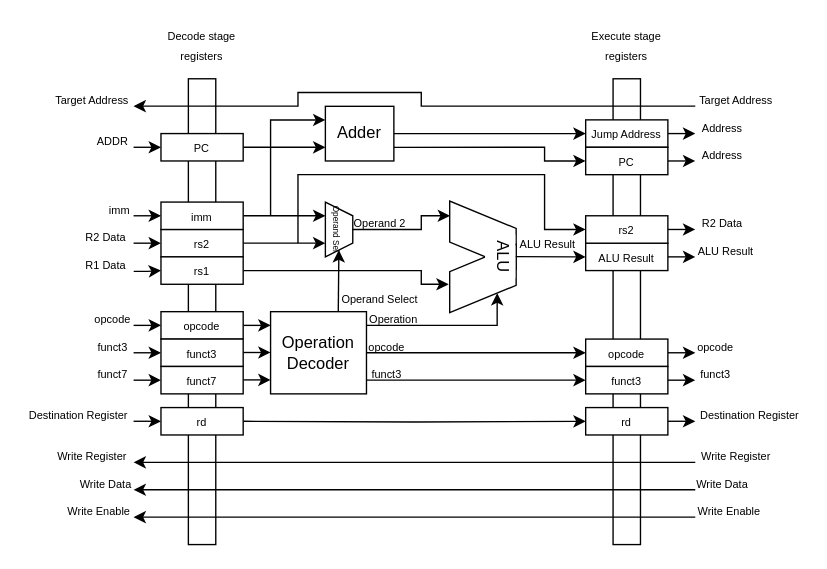
Earlier version of the draw.io diagram page "Execute stage" (4 of 6) of docs/imgs/microarchitecture/multi-cycle_datapath.drawio (WachirawichN/C0-CPU). Source tidied: cells renumbered, new cells numbered last; positions are measured from the earlier drawing's top-left corner, leaving out a move shared by most shapes. Both pictures are drawn from the tidied source at 137%, with x=0, y=0 at pixel (23, 23).
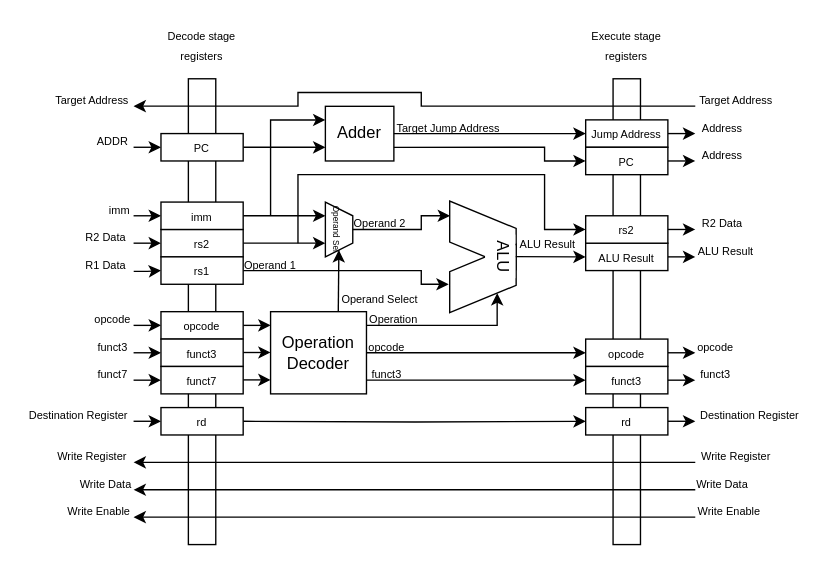
Above is the later version.

Diff of the diagram source:
```diff
@@
+    <mxCell id="97" value="&lt;span style=&quot;font-size: 8px;&quot;&gt;Target Jump Address&lt;/span&gt;" style="text;html=1;whiteSpace=wrap;strokeColor=none;fillColor=none;align=center;verticalAlign=middle;rounded=0;" parent="1" vertex="1">
+      <mxGeometry x="270" y="70" width="80" height="10" as="geometry" />
+    </mxCell>
+    <mxCell id="98" value="&lt;span style=&quot;font-size: 8px;&quot;&gt;Operand 1&lt;/span&gt;" style="text;html=1;whiteSpace=wrap;strokeColor=none;fillColor=none;align=center;verticalAlign=middle;rounded=0;" parent="1" vertex="1">
+      <mxGeometry x="160" y="170" width="40" height="10" as="geometry" />
+    </mxCell>
```
